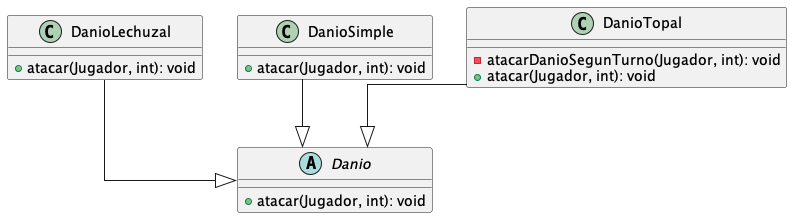
This is diagrams/classes/tipoDeAtaque.png from franzimbi/algo3_tp2, a PlantUML export, as it was before one commit. Source of this version:
```plantuml
@startuml
top to bottom direction
skinparam linetype ortho

abstract Danio {
  + atacar(Jugador, int): void
}
class DanioLechuzal {
  + atacar(Jugador, int): void
}
class DanioSimple {
  + atacar(Jugador, int): void
}
class DanioTopal {
  - atacarDanioSegunTurno(Jugador, int): void
  + atacar(Jugador, int): void
}

DanioLechuzal  --|>  Danio
DanioSimple    --|>  Danio
DanioTopal     --|>  Danio
@enduml
```
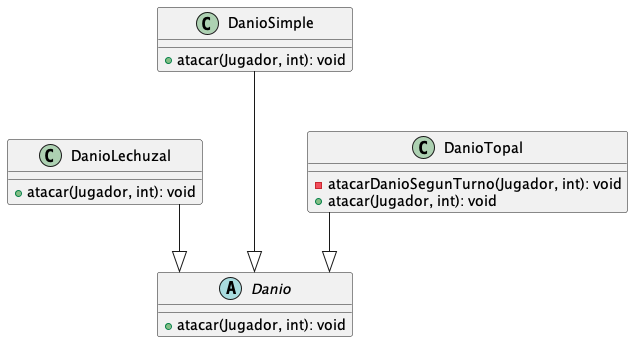
Above is the later version.

Diff of the diagram source:
```diff
@@ -17,6 +17,6 @@
 }
 
 DanioLechuzal  --|>  Danio
-DanioSimple    --|>  Danio
+DanioSimple    ---|>  Danio
 DanioTopal     --|>  Danio
 @enduml
```
